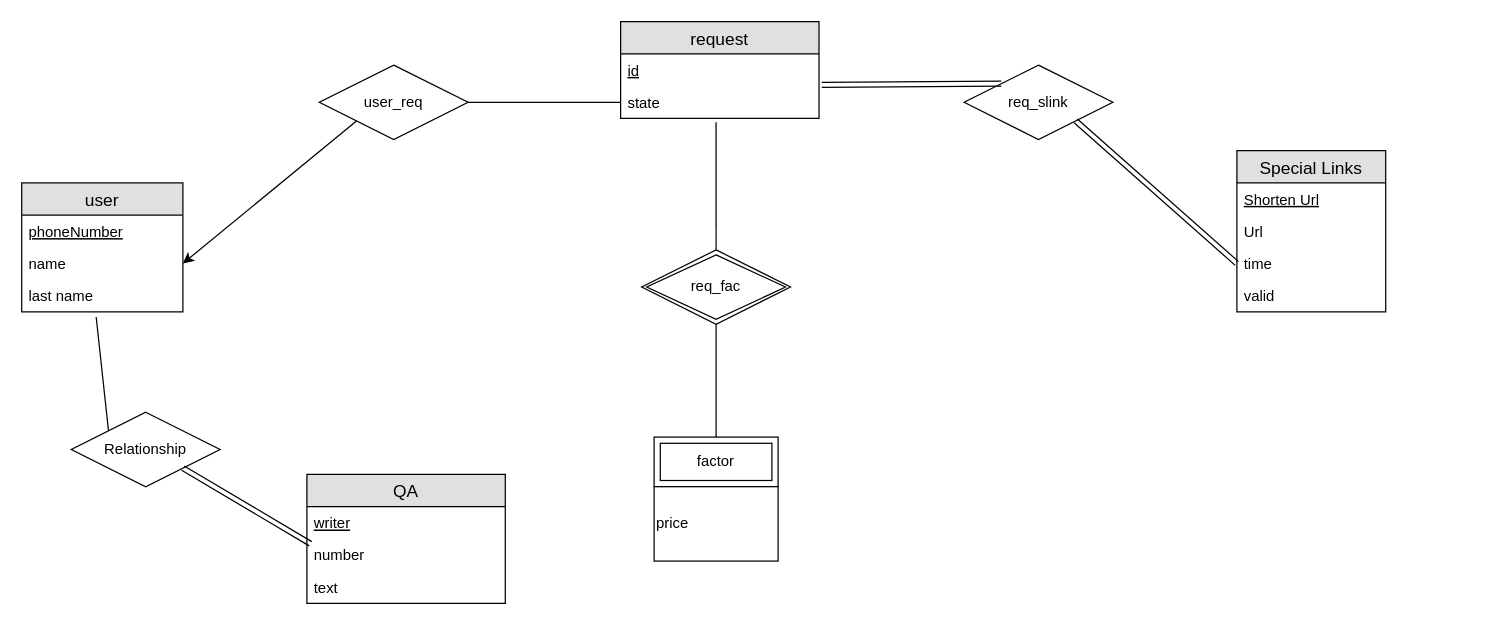
Above: SQL/HW-2/UrlShortenerER.drawio in ShayanDeSh/myplayground (draw.io), before the change. Source tidied: cells renumbered, new cells numbered last; positions are measured from the earlier drawing's top-left corner, leaving out a move shared by most shapes. Both pictures are drawn from the tidied source at 124%, with x=0, y=0 at pixel (21, 21).
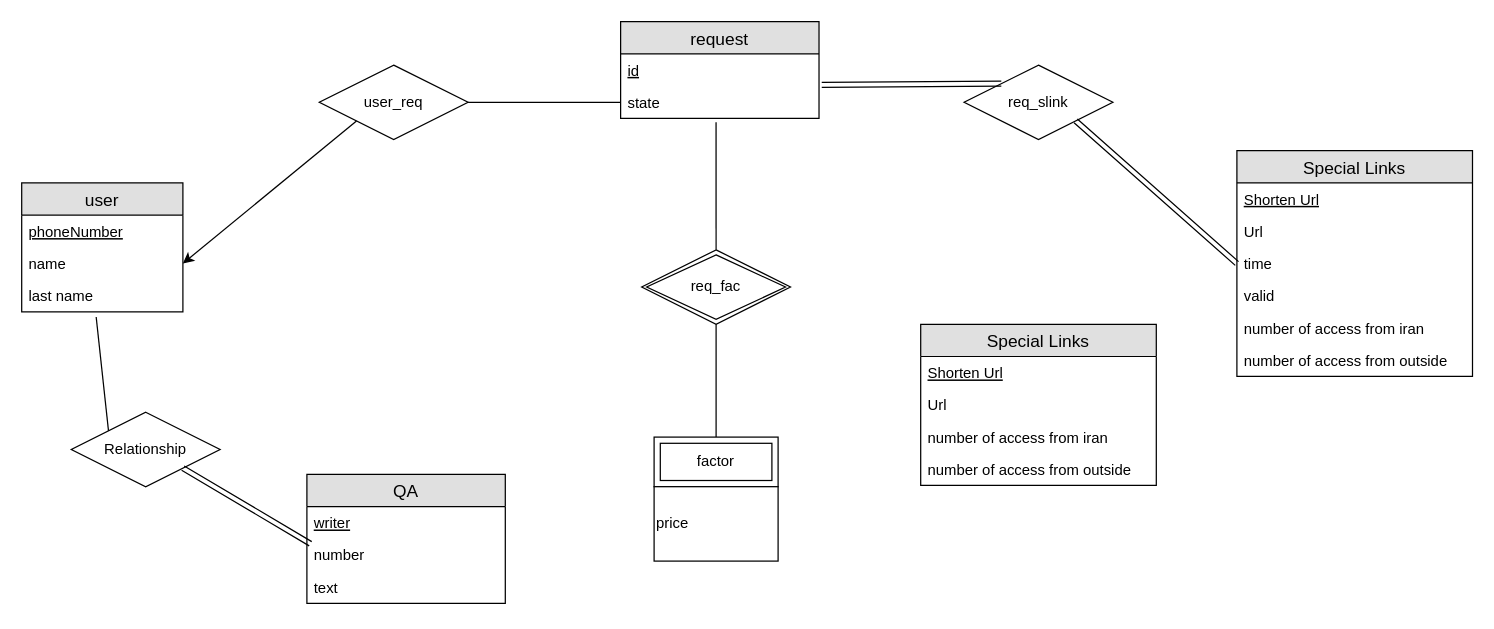
After the change.

Commit message:
ER nearly complete

The edit, as a diff of the source:
```diff
@@
     <mxCell id="6" value="Special Links" style="swimlane;fontStyle=0;horizontal=1;startSize=26;fillColor=#e0e0e0;swimlaneFillColor=#ffffff;align=center;fontSize=14;" parent="1" vertex="1">
-      <mxGeometry x="980" y="104" width="120" height="130" as="geometry" />
+      <mxGeometry x="980" y="104" width="190" height="182" as="geometry" />
     </mxCell>
     <mxCell id="7" value="Shorten Url" style="text;strokeColor=none;fillColor=none;spacingLeft=4;spacingRight=4;overflow=hidden;fontSize=12;fontStyle=4;" parent="6" vertex="1">
-      <mxGeometry y="26" width="120" height="26" as="geometry" />
+      <mxGeometry y="26" width="190" height="26" as="geometry" />
     </mxCell>
     <mxCell id="8" value="Url" style="text;strokeColor=none;fillColor=none;spacingLeft=4;spacingRight=4;overflow=hidden;fontSize=12;" parent="6" vertex="1">
-      <mxGeometry y="52" width="120" height="26" as="geometry" />
+      <mxGeometry y="52" width="190" height="26" as="geometry" />
     </mxCell>
     <mxCell id="9" value="time" style="text;strokeColor=none;fillColor=none;spacingLeft=4;spacingRight=4;overflow=hidden;points=[[0,0.5],[1,0.5]];portConstraint=eastwest;fontSize=12;" parent="6" vertex="1">
-      <mxGeometry y="78" width="120" height="26" as="geometry" />
+      <mxGeometry y="78" width="190" height="26" as="geometry" />
     </mxCell>
     <mxCell id="10" value="valid" style="text;strokeColor=none;fillColor=none;spacingLeft=4;spacingRight=4;overflow=hidden;fontSize=12;" parent="6" vertex="1">
-      <mxGeometry y="104" width="120" height="26" as="geometry" />
+      <mxGeometry y="104" width="190" height="26" as="geometry" />
     </mxCell>
+    <mxCell id="32" value="number of access from iran" style="text;strokeColor=none;fillColor=none;spacingLeft=4;spacingRight=4;overflow=hidden;fontSize=12;" parent="6" vertex="1">
+      <mxGeometry y="130" width="190" height="26" as="geometry" />
+    </mxCell>
+    <mxCell id="33" value="number of access from outside" style="text;strokeColor=none;fillColor=none;spacingLeft=4;spacingRight=4;overflow=hidden;fontSize=12;" parent="6" vertex="1">
+      <mxGeometry y="156" width="190" height="26" as="geometry" />
+    </mxCell>
@@
+    <mxCell id="34" value="Special Links" style="swimlane;fontStyle=0;horizontal=1;startSize=26;fillColor=#e0e0e0;swimlaneFillColor=#ffffff;align=center;fontSize=14;" parent="1" vertex="1">
+      <mxGeometry x="725" y="244" width="190" height="130" as="geometry" />
+    </mxCell>
+    <mxCell id="35" value="Shorten Url" style="text;strokeColor=none;fillColor=none;spacingLeft=4;spacingRight=4;overflow=hidden;fontSize=12;fontStyle=4;" parent="34" vertex="1">
+      <mxGeometry y="26" width="190" height="26" as="geometry" />
+    </mxCell>
+    <mxCell id="36" value="Url" style="text;strokeColor=none;fillColor=none;spacingLeft=4;spacingRight=4;overflow=hidden;fontSize=12;" parent="34" vertex="1">
+      <mxGeometry y="52" width="190" height="26" as="geometry" />
+    </mxCell>
+    <mxCell id="37" value="number of access from iran" style="text;strokeColor=none;fillColor=none;spacingLeft=4;spacingRight=4;overflow=hidden;fontSize=12;" parent="34" vertex="1">
+      <mxGeometry y="78" width="190" height="26" as="geometry" />
+    </mxCell>
+    <mxCell id="38" value="number of access from outside" style="text;strokeColor=none;fillColor=none;spacingLeft=4;spacingRight=4;overflow=hidden;fontSize=12;" parent="34" vertex="1">
+      <mxGeometry y="104" width="190" height="26" as="geometry" />
+    </mxCell>
```
